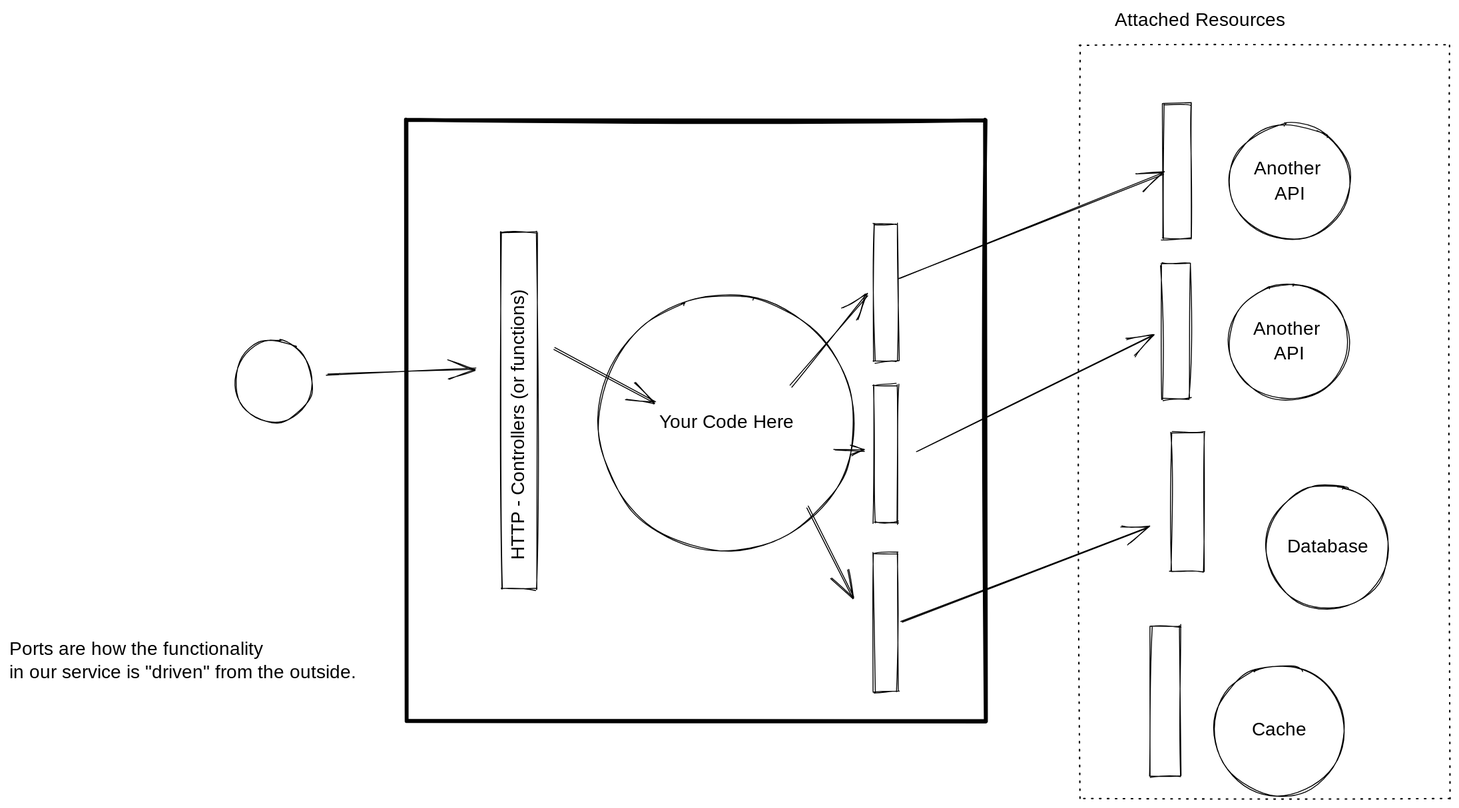
The Excalidraw diagram Drawings/portsandadapters.excalidraw.svg in hypertheory-services/bsd-teacher-notes-oct-2022, before a commit. Source tidied: one line per element, renumbered; positions are measured from the earlier drawing's top-left corner, leaving out a move shared by most shapes.
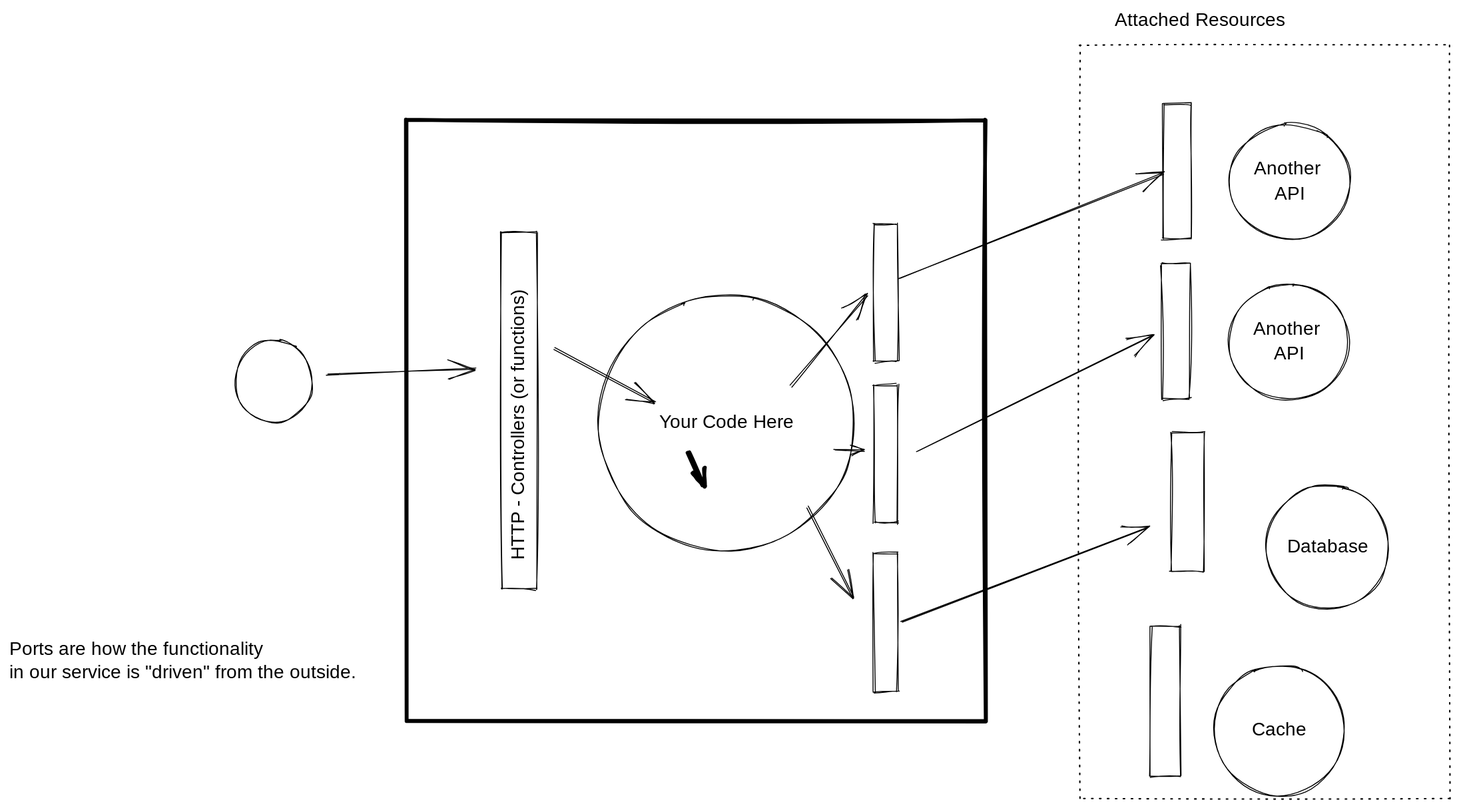
The same file after the commit.

The edit, as a diff of the source:
```diff
@@ -30,3 +30,4 @@
 {"id": 29, "type": "arrow", "strokeColor": "#000000", "strokeWidth": 1, "roughness": 1, "endArrowhead": "arrow", "x": 857, "y": 534, "width": 49, "height": 97, "points": [[0, 0], [49, 97]]}
 {"id": 30, "type": "arrow", "strokeColor": "#000000", "strokeWidth": 1, "roughness": 1, "endArrowhead": "arrow", "from": 24, "x": 958, "y": 657, "width": 263, "height": 101, "points": [[0, 0], [263, -101]]}
 {"id": 31, "type": "rectangle", "strokeColor": "#000000", "strokeWidth": 4, "roughness": 1, "x": 426, "y": 119, "width": 621, "height": 645}
+{"id": 32, "type": "arrow", "strokeColor": "#000000", "strokeWidth": 4, "roughness": 1, "endArrowhead": "arrow", "x": 728, "y": 475, "width": 16, "height": 36, "points": [[0, 0], [16, 36]]}
```
